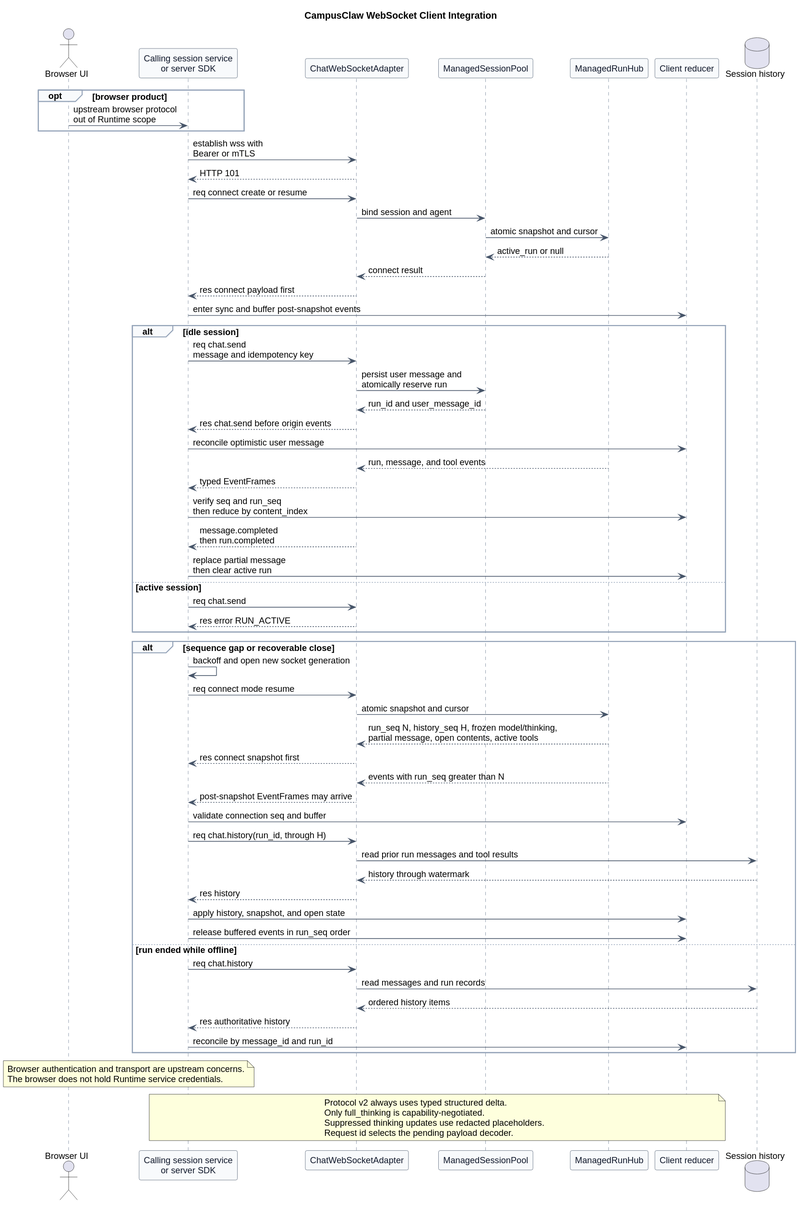
superheromeZzh/pi-mono-java-design keeps this PlantUML diagram as pi-mono-java-manager-driven-multi-agent-runtime/frontend_websocket_client_integration.svg. Above is the earlier version. Its diagram source:
```plantuml
@startuml
title CampusClaw WebSocket Client Integration


skinparam backgroundColor #FFFFFF
skinparam shadowing false
skinparam defaultFontName Arial
skinparam defaultFontSize 13
skinparam participant {
  BackgroundColor #F8FAFC
  BorderColor #475569
  FontColor #0F172A
}
skinparam ArrowColor #475569
skinparam sequence {
  LifeLineBorderColor #64748B
  LifeLineBackgroundColor #F8FAFC
  GroupBorderColor #94A3B8
  GroupBackgroundColor #F8FAFC
}

actor "Browser UI" as Browser
participant "Calling session service\nor server SDK" as Client
participant "ChatWebSocketAdapter" as WS
participant "ManagedSessionPool" as Pool
participant "ManagedRunHub" as Hub
participant "Client reducer" as Reducer
database "Session history" as History

opt browser product
  Browser -> Client : upstream browser protocol\nout of Runtime scope
end

Client -> WS : establish wss with\nBearer or mTLS
WS --> Client : HTTP 101
Client -> WS : req connect create or resume
WS -> Pool : bind session and agent
Pool -> Hub : atomic snapshot and cursor
Hub --> Pool : active_run or null
Pool --> WS : connect result
WS --> Client : res connect payload first
Client -> Reducer : enter sync and buffer post-snapshot events

alt idle session
  Client -> WS : req chat.send\nmessage and idempotency key
  WS -> Pool : persist user message and\natomically reserve run
  Pool --> WS : run_id and user_message_id
  WS --> Client : res chat.send before origin events
  Client -> Reducer : reconcile optimistic user message
  Hub --> WS : run, message, and tool events
  WS --> Client : typed EventFrames
  Client -> Reducer : verify seq and run_seq\nthen reduce by content_index
  WS --> Client : message.completed\nthen run.completed
  Client -> Reducer : replace partial message\nthen clear active run
else active session
  Client -> WS : req chat.send
  WS --> Client : res error RUN_ACTIVE
end

alt sequence gap or recoverable close
  Client -> Client : backoff and open new socket generation
  Client -> WS : req connect mode resume
  WS -> Hub : atomic snapshot and cursor
  Hub --> WS : run_seq N, history_seq H, frozen model/thinking,\npartial message, open contents, active tools
  WS --> Client : res connect snapshot first
  Hub --> WS : events with run_seq greater than N
  WS --> Client : post-snapshot EventFrames may arrive
  Client -> Reducer : validate connection seq and buffer
  Client -> WS : req chat.history(run_id, through H)
  WS -> History : read prior run messages and tool results
  History --> WS : history through watermark
  WS --> Client : res history
  Client -> Reducer : apply history, snapshot, and open state
  Client -> Reducer : release buffered events in run_seq order
else run ended while offline
  Client -> WS : req chat.history
  WS -> History : read messages and run records
  History --> WS : ordered history items
  WS --> Client : res authoritative history
  Client -> Reducer : reconcile by message_id and run_id
end

note over Browser,Client
Browser authentication and transport are upstream concerns.
The browser does not hold Runtime service credentials.
end note

note over Client,Reducer
Protocol v2 always uses typed structured delta.
Only full_thinking is capability-negotiated.
Suppressed thinking updates use redacted placeholders.
Request id selects the pending payload decoder.
end note
@enduml
```
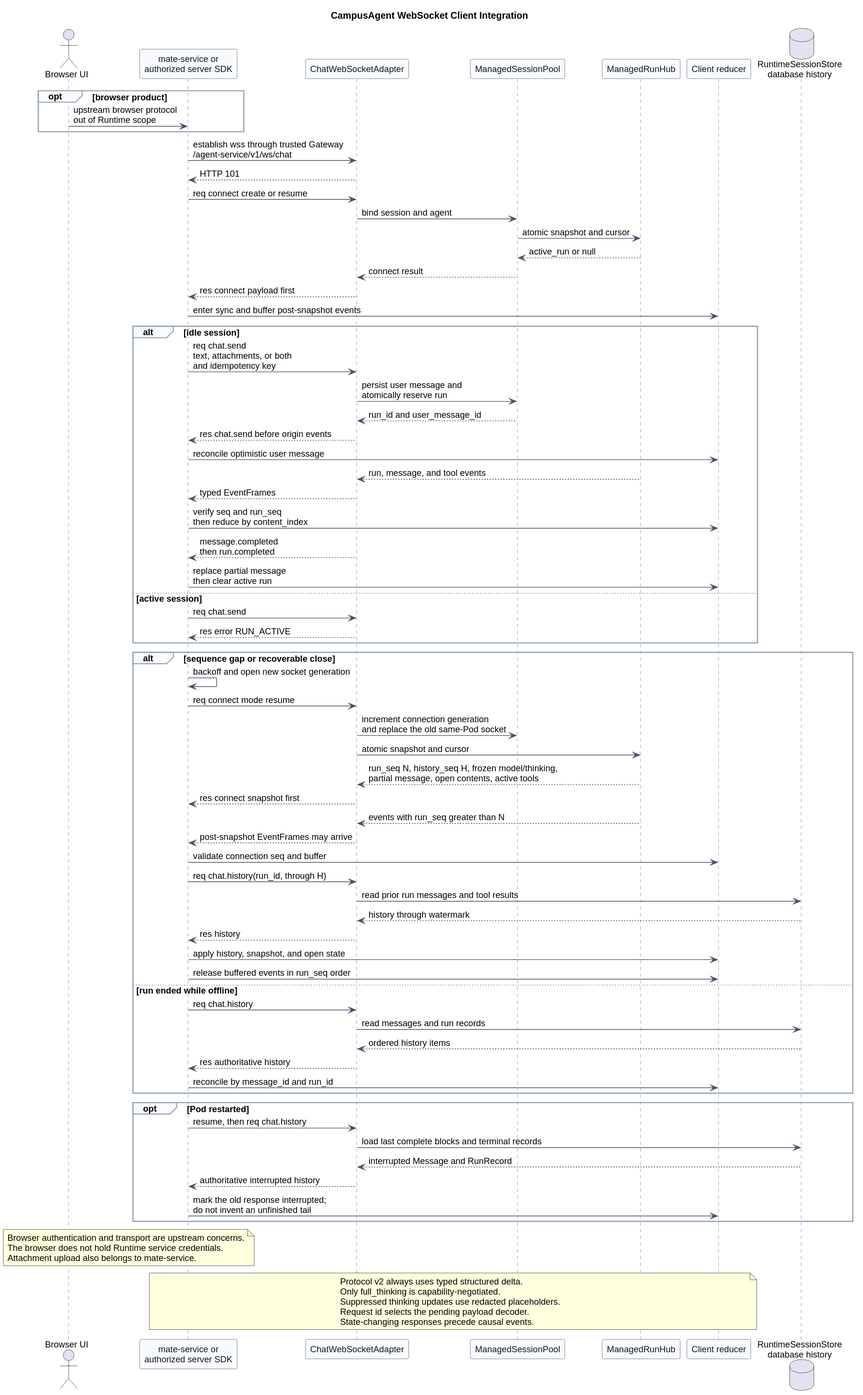
Later version of the same file.

What changed in the source:
```diff
@@ -1,5 +1,5 @@
 @startuml
-title CampusClaw WebSocket Client Integration
+title CampusAgent WebSocket Client Integration
 
 
 skinparam backgroundColor #FFFFFF
@@ -20,18 +20,18 @@
 }
 
 actor "Browser UI" as Browser
-participant "Calling session service\nor server SDK" as Client
+participant "mate-service or\nauthorized server SDK" as Client
 participant "ChatWebSocketAdapter" as WS
 participant "ManagedSessionPool" as Pool
 participant "ManagedRunHub" as Hub
 participant "Client reducer" as Reducer
-database "Session history" as History
+database "RuntimeSessionStore\ndatabase history" as History
 
 opt browser product
   Browser -> Client : upstream browser protocol\nout of Runtime scope
 end
 
-Client -> WS : establish wss with\nBearer or mTLS
+Client -> WS : establish wss through trusted Gateway\n/agent-service/v1/ws/chat
 WS --> Client : HTTP 101
 Client -> WS : req connect create or resume
 WS -> Pool : bind session and agent
@@ -42,7 +42,7 @@
 Client -> Reducer : enter sync and buffer post-snapshot events
 
 alt idle session
-  Client -> WS : req chat.send\nmessage and idempotency key
+  Client -> WS : req chat.send\ntext, attachments, or both\nand idempotency key
   WS -> Pool : persist user message and\natomically reserve run
   Pool --> WS : run_id and user_message_id
   WS --> Client : res chat.send before origin events
@@ -60,6 +60,7 @@
 alt sequence gap or recoverable close
   Client -> Client : backoff and open new socket generation
   Client -> WS : req connect mode resume
+  WS -> Pool : increment connection generation\nand replace the old same-Pod socket
   WS -> Hub : atomic snapshot and cursor
   Hub --> WS : run_seq N, history_seq H, frozen model/thinking,\npartial message, open contents, active tools
   WS --> Client : res connect snapshot first
@@ -80,9 +81,18 @@
   Client -> Reducer : reconcile by message_id and run_id
 end
 
+opt Pod restarted
+  Client -> WS : resume, then req chat.history
+  WS -> History : load last complete blocks and terminal records
+  History --> WS : interrupted Message and RunRecord
+  WS --> Client : authoritative interrupted history
+  Client -> Reducer : mark the old response interrupted;\ndo not invent an unfinished tail
+end
+
 note over Browser,Client
 Browser authentication and transport are upstream concerns.
 The browser does not hold Runtime service credentials.
+Attachment upload also belongs to mate-service.
 end note
 
 note over Client,Reducer
@@ -90,5 +100,6 @@
 Only full_thinking is capability-negotiated.
 Suppressed thinking updates use redacted placeholders.
 Request id selects the pending payload decoder.
+State-changing responses precede causal events.
 end note
 @enduml
```
